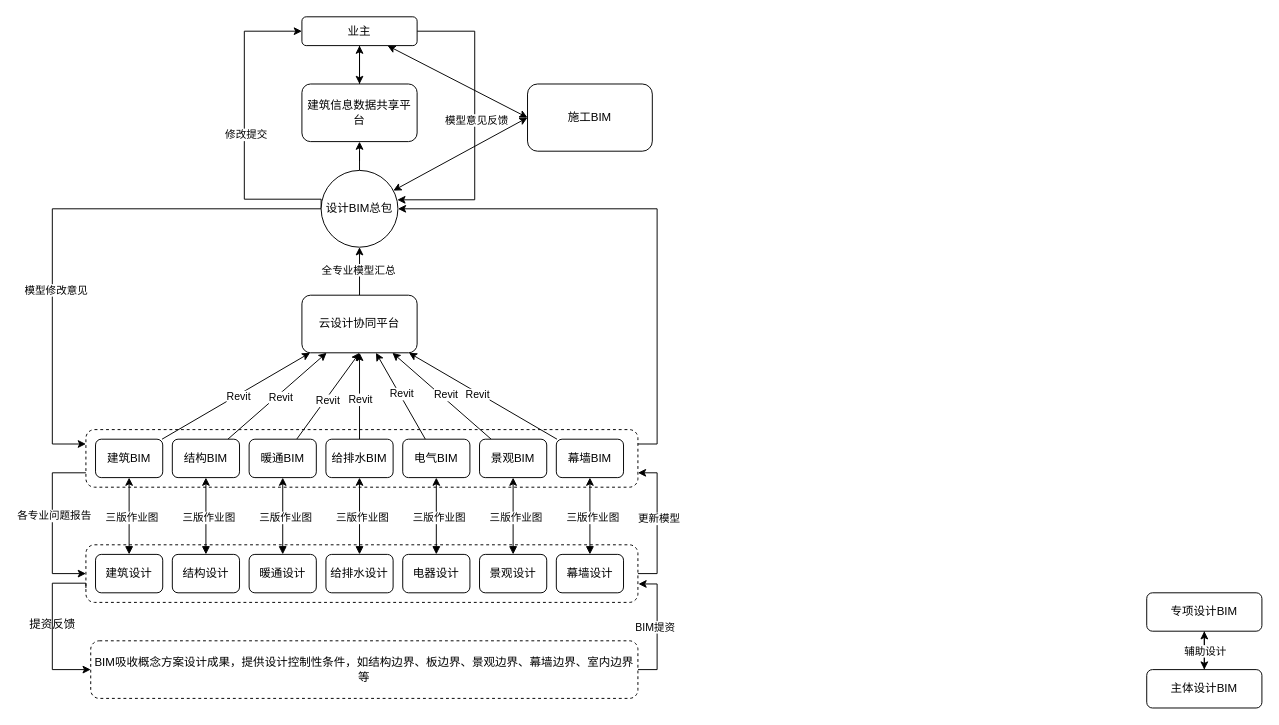
The draw.io diagram BIM总包.drawio in gaochaowyq/MinderGraph, before the edit. Source tidied: cells renumbered, new cells numbered last; positions are measured from the earlier drawing's top-left corner, leaving out a move shared by most shapes. Both pictures are drawn from the tidied source at 96%, with x=0, y=0 at pixel (18, 16).
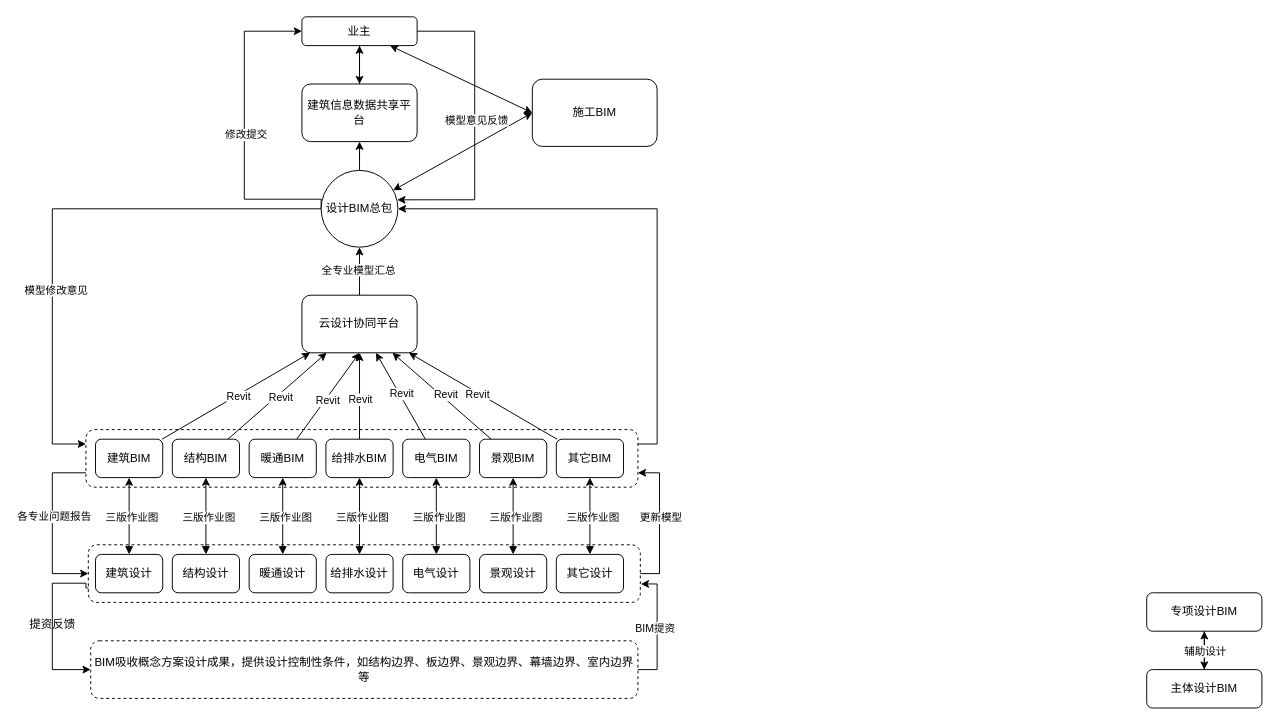
After the change.

What changed in the source:
```diff
@@
+    <mxCell id="69" style="rounded=1;whiteSpace=wrap;html=1;dashed=1;fillColor=none;" parent="1" vertex="1">
+      <mxGeometry x="70" y="430" width="575" height="60" as="geometry" />
+    </mxCell>
+    <mxCell id="73" style="rounded=1;whiteSpace=wrap;html=1;fillColor=none;dashed=1;" parent="1" vertex="1">
+      <mxGeometry x="72.5" y="550" width="575" height="60" as="geometry" />
+    </mxCell>
@@
-    <mxCell id="44" value="&lt;div&gt;幕墙BIM&lt;/div&gt;" style="rounded=1;whiteSpace=wrap;html=1;" parent="1" vertex="1">
+    <mxCell id="44" value="&lt;div&gt;其它BIM&lt;/div&gt;" style="rounded=1;whiteSpace=wrap;html=1;" parent="1" vertex="1">
       <mxGeometry x="560" y="440" width="70" height="40" as="geometry" />
     </mxCell>
@@
-    <mxCell id="59" value="电器设计" style="rounded=1;whiteSpace=wrap;html=1;" parent="1" vertex="1">
+    <mxCell id="59" value="电气设计" style="rounded=1;whiteSpace=wrap;html=1;" parent="1" vertex="1">
       <mxGeometry x="400" y="560" width="70" height="40" as="geometry" />
     </mxCell>
@@
-    <mxCell id="65" value="幕墙设计" style="rounded=1;whiteSpace=wrap;html=1;" parent="1" vertex="1">
+    <mxCell id="65" value="其它设计" style="rounded=1;whiteSpace=wrap;html=1;" parent="1" vertex="1">
       <mxGeometry x="560" y="560" width="70" height="40" as="geometry" />
     </mxCell>
@@
-    <mxCell id="69" style="rounded=1;whiteSpace=wrap;html=1;dashed=1;fillColor=none;" parent="1" vertex="1">
-      <mxGeometry x="70" y="430" width="575" height="60" as="geometry" />
-    </mxCell>
@@
-    <mxCell id="73" style="rounded=1;whiteSpace=wrap;html=1;fillColor=none;dashed=1;" parent="1" vertex="1">
-      <mxGeometry x="70" y="550" width="575" height="60" as="geometry" />
-    </mxCell>
@@
     <mxCell id="78" value="施工BIM" style="rounded=1;whiteSpace=wrap;html=1;" parent="1" vertex="1">
-      <mxGeometry x="530" y="70" width="130" height="70" as="geometry" />
+      <mxGeometry x="535" y="65" width="130" height="70" as="geometry" />
     </mxCell>
```
